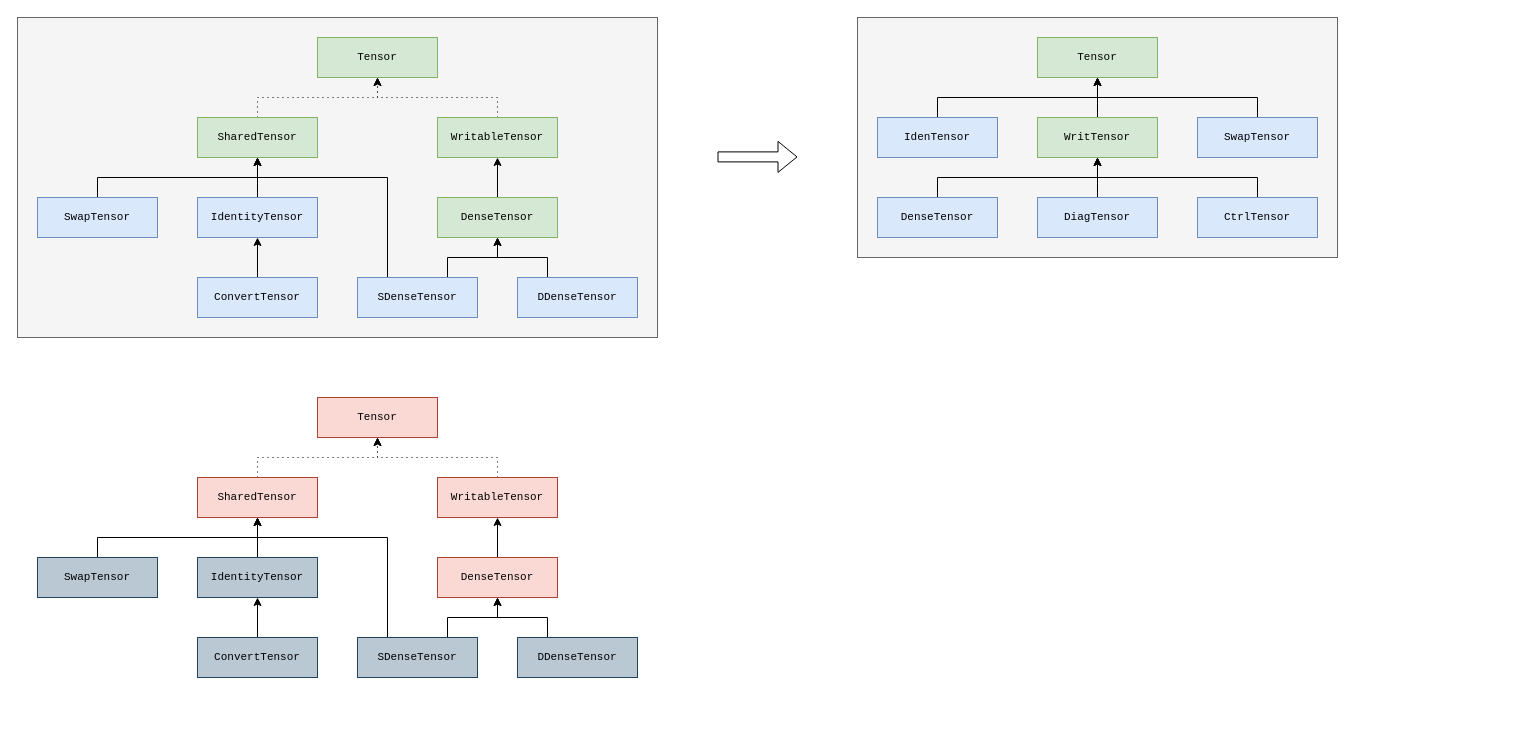
This is page "hierarchy" (4 of 5) of misc/qtnh.drawio from jjacobx/qtnh, a draw.io file, before an edit. Source tidied: cells renumbered, new cells numbered last; positions are measured from the earlier drawing's top-left corner, leaving out a move shared by most shapes. Both pictures are drawn from the tidied source at 100%, with x=0, y=0 at pixel (17, 17).
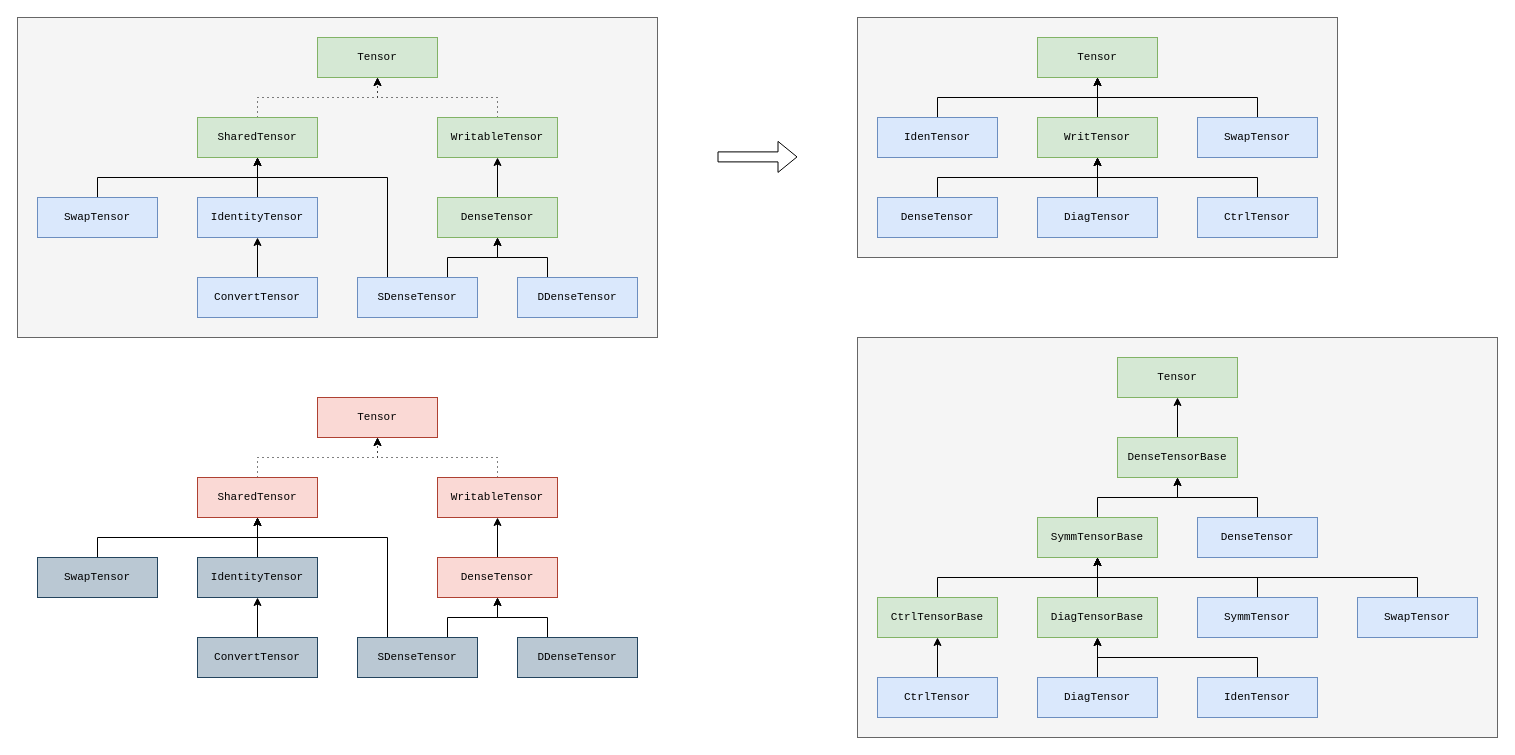
The same diagram, later.

What changed in the source:
```diff
@@
+    <mxCell id="54" style="rounded=0;whiteSpace=wrap;html=1;fillColor=#f5f5f5;fontColor=#333333;strokeColor=#666666;" parent="1" vertex="1">
+      <mxGeometry x="840" y="320" width="640" height="400" as="geometry" />
+    </mxCell>
@@
+    <mxCell id="55" value="Tensor" style="html=1;whiteSpace=wrap;fontSize=11;fontFamily=Courier New;fillColor=#d5e8d4;strokeColor=#82b366;" parent="1" vertex="1">
+      <mxGeometry x="1100" y="340" width="120" height="40" as="geometry" />
+    </mxCell>
+    <mxCell id="56" style="edgeStyle=orthogonalEdgeStyle;rounded=0;jettySize=auto;html=1;exitX=0.5;exitY=0;exitDx=0;exitDy=0;entryX=0.5;entryY=1;entryDx=0;entryDy=0;" parent="1" edge="1" source="57" target="55">
+      <mxGeometry relative="1" as="geometry" />
+    </mxCell>
+    <mxCell id="57" value="DenseTensorBase" style="html=1;whiteSpace=wrap;fontSize=11;fontFamily=Courier New;fillColor=#d5e8d4;strokeColor=#82b366;" parent="1" vertex="1">
+      <mxGeometry x="1100" y="420" width="120" height="40" as="geometry" />
+    </mxCell>
+    <mxCell id="58" style="edgeStyle=orthogonalEdgeStyle;rounded=0;jettySize=auto;html=1;exitX=0.5;exitY=0;exitDx=0;exitDy=0;entryX=0.5;entryY=1;entryDx=0;entryDy=0;" parent="1" edge="1" source="59" target="67">
+      <mxGeometry relative="1" as="geometry" />
+    </mxCell>
+    <mxCell id="59" value="SwapTensor" style="html=1;whiteSpace=wrap;fontSize=11;fontFamily=Courier New;fillColor=#dae8fc;strokeColor=#6c8ebf;" parent="1" vertex="1">
+      <mxGeometry x="1340" y="580" width="120" height="40" as="geometry" />
+    </mxCell>
+    <mxCell id="60" style="edgeStyle=orthogonalEdgeStyle;rounded=0;jettySize=auto;html=1;exitX=0.5;exitY=0;exitDx=0;exitDy=0;entryX=0.5;entryY=1;entryDx=0;entryDy=0;" parent="1" edge="1" source="61" target="63">
+      <mxGeometry relative="1" as="geometry" />
+    </mxCell>
+    <mxCell id="61" value="IdenTensor" style="html=1;whiteSpace=wrap;fontSize=11;fontFamily=Courier New;fillColor=#dae8fc;strokeColor=#6c8ebf;" parent="1" vertex="1">
+      <mxGeometry x="1180" y="660" width="120" height="40" as="geometry" />
+    </mxCell>
+    <mxCell id="62" style="edgeStyle=orthogonalEdgeStyle;rounded=0;jettySize=auto;html=1;exitX=0.5;exitY=0;exitDx=0;exitDy=0;entryX=0.5;entryY=1;entryDx=0;entryDy=0;" parent="1" edge="1" source="63" target="67">
+      <mxGeometry relative="1" as="geometry" />
+    </mxCell>
+    <mxCell id="63" value="DiagTensorBase" style="html=1;whiteSpace=wrap;fontSize=11;fontFamily=Courier New;fillColor=#d5e8d4;strokeColor=#82b366;" parent="1" vertex="1">
+      <mxGeometry x="1020" y="580" width="120" height="40" as="geometry" />
+    </mxCell>
+    <mxCell id="64" style="edgeStyle=orthogonalEdgeStyle;rounded=0;jettySize=auto;html=1;exitX=0.5;exitY=0;exitDx=0;exitDy=0;entryX=0.5;entryY=1;entryDx=0;entryDy=0;" parent="1" edge="1" source="65" target="67">
+      <mxGeometry relative="1" as="geometry" />
+    </mxCell>
+    <mxCell id="65" value="CtrlTensorBase" style="html=1;whiteSpace=wrap;fontSize=11;fontFamily=Courier New;fillColor=#d5e8d4;strokeColor=#82b366;" parent="1" vertex="1">
+      <mxGeometry x="860" y="580" width="120" height="40" as="geometry" />
+    </mxCell>
+    <mxCell id="66" style="edgeStyle=orthogonalEdgeStyle;rounded=0;jettySize=auto;html=1;exitX=0.5;exitY=0;exitDx=0;exitDy=0;entryX=0.5;entryY=1;entryDx=0;entryDy=0;" parent="1" edge="1" source="67" target="57">
+      <mxGeometry relative="1" as="geometry" />
+    </mxCell>
+    <mxCell id="67" value="SymmTensorBase" style="html=1;whiteSpace=wrap;fontSize=11;fontFamily=Courier New;fillColor=#d5e8d4;strokeColor=#82b366;" parent="1" vertex="1">
+      <mxGeometry x="1020" y="500" width="120" height="40" as="geometry" />
+    </mxCell>
+    <mxCell id="68" style="edgeStyle=orthogonalEdgeStyle;rounded=0;jettySize=auto;html=1;exitX=0.5;exitY=0;exitDx=0;exitDy=0;entryX=0.5;entryY=1;entryDx=0;entryDy=0;" parent="1" edge="1" source="69" target="57">
+      <mxGeometry relative="1" as="geometry" />
+    </mxCell>
+    <mxCell id="69" value="DenseTensor" style="html=1;whiteSpace=wrap;fontSize=11;fontFamily=Courier New;fillColor=#dae8fc;strokeColor=#6c8ebf;" parent="1" vertex="1">
+      <mxGeometry x="1180" y="500" width="120" height="40" as="geometry" />
+    </mxCell>
+    <mxCell id="70" style="edgeStyle=orthogonalEdgeStyle;rounded=0;jettySize=auto;html=1;exitX=0.5;exitY=0;exitDx=0;exitDy=0;entryX=0.5;entryY=1;entryDx=0;entryDy=0;" parent="1" edge="1" source="71" target="67">
+      <mxGeometry relative="1" as="geometry" />
+    </mxCell>
+    <mxCell id="71" value="SymmTensor" style="html=1;whiteSpace=wrap;fontSize=11;fontFamily=Courier New;fillColor=#dae8fc;strokeColor=#6c8ebf;" parent="1" vertex="1">
+      <mxGeometry x="1180" y="580" width="120" height="40" as="geometry" />
+    </mxCell>
+    <mxCell id="72" style="edgeStyle=orthogonalEdgeStyle;rounded=0;jettySize=auto;html=1;exitX=0.5;exitY=0;exitDx=0;exitDy=0;entryX=0.5;entryY=1;entryDx=0;entryDy=0;" parent="1" edge="1" source="73" target="63">
+      <mxGeometry relative="1" as="geometry" />
+    </mxCell>
+    <mxCell id="73" value="DiagTensor" style="html=1;whiteSpace=wrap;fontSize=11;fontFamily=Courier New;fillColor=#dae8fc;strokeColor=#6c8ebf;" parent="1" vertex="1">
+      <mxGeometry x="1020" y="660" width="120" height="40" as="geometry" />
+    </mxCell>
+    <mxCell id="74" style="edgeStyle=orthogonalEdgeStyle;rounded=0;jettySize=auto;html=1;exitX=0.5;exitY=0;exitDx=0;exitDy=0;entryX=0.5;entryY=1;entryDx=0;entryDy=0;" parent="1" edge="1" source="75" target="65">
+      <mxGeometry relative="1" as="geometry" />
+    </mxCell>
+    <mxCell id="75" value="CtrlTensor" style="html=1;whiteSpace=wrap;fontSize=11;fontFamily=Courier New;fillColor=#dae8fc;strokeColor=#6c8ebf;" parent="1" vertex="1">
+      <mxGeometry x="860" y="660" width="120" height="40" as="geometry" />
+    </mxCell>
```
